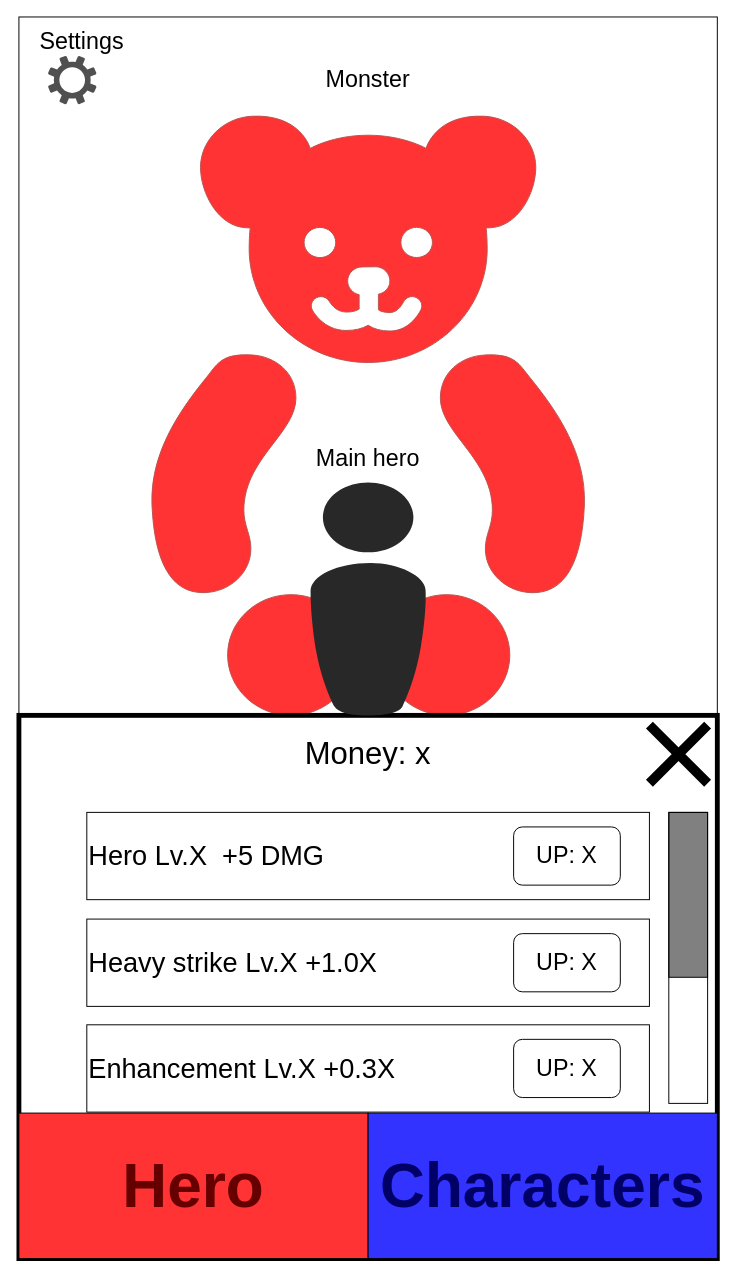
The draw.io diagram Documentation/Hero.drawio in mat414748/MobileProject, before the edit. Source tidied: cells renumbered, new cells numbered last; positions are measured from the earlier drawing's top-left corner, leaving out a move shared by most shapes. Both pictures are drawn from the tidied source at 97%, with x=0, y=0 at pixel (18, 16).
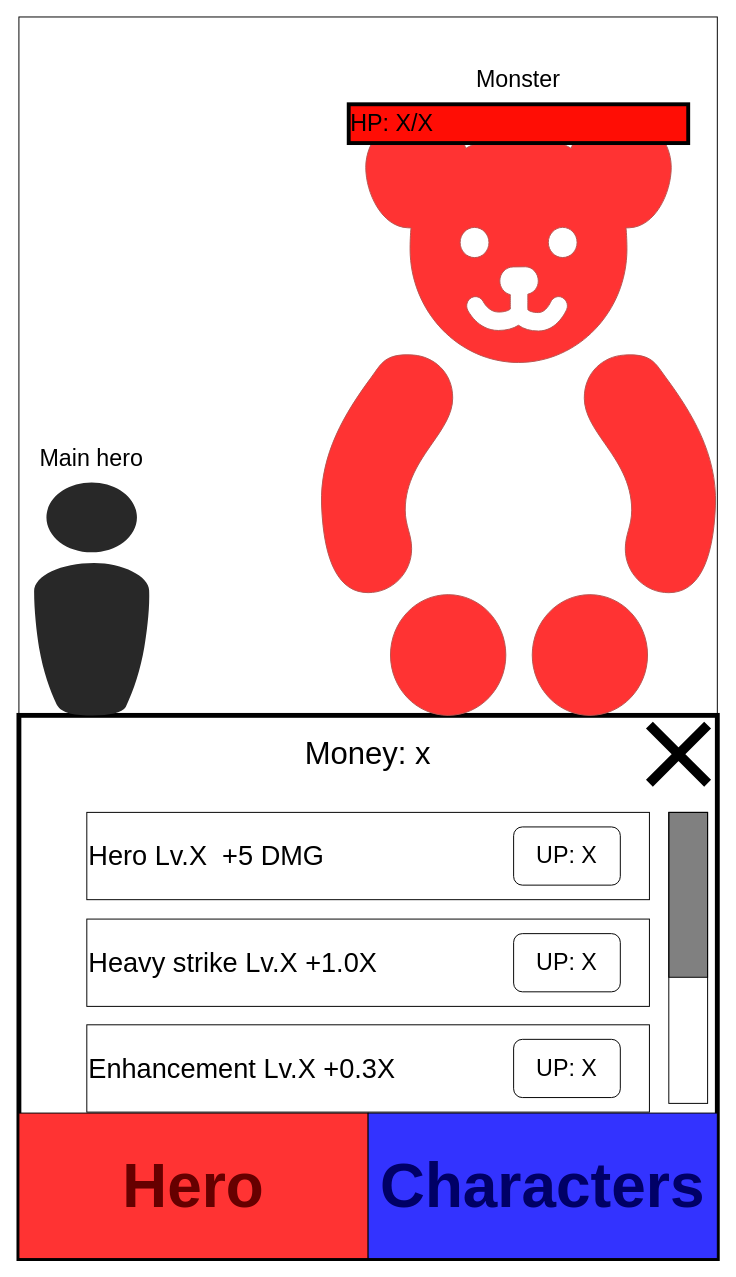
After the change.

Change to the diagram source:
```diff
@@
-    <mxCell id="3" style="shape=mxgraph.signs.animals.teddy_bear;html=1;fillColor=#FF3333;strokeColor=#b85450;verticalLabelPosition=bottom;verticalAlign=top;align=center;" parent="1" vertex="1">
-      <mxGeometry x="135" y="100" width="450" height="620" as="geometry" />
-    </mxCell>
@@
-    <mxCell id="7" style="verticalLabelPosition=bottom;sketch=0;html=1;fillColor=#282828;strokeColor=none;verticalAlign=top;align=center;shape=mxgraph.cisco_safe.people_places_things_icons.icon8;" parent="1" vertex="1">
-      <mxGeometry x="300" y="480" width="120" height="240" as="geometry" />
-    </mxCell>
-    <mxCell id="8" value="Main hero" style="text;html=1;strokeColor=none;fillColor=none;align=center;verticalAlign=middle;whiteSpace=wrap;rounded=0;fontSize=24;" parent="1" vertex="1">
-      <mxGeometry x="295" y="440" width="130" height="30" as="geometry" />
-    </mxCell>
-    <mxCell id="9" value="Monster" style="text;html=1;strokeColor=none;fillColor=none;align=center;verticalAlign=middle;whiteSpace=wrap;rounded=0;fontSize=24;" parent="1" vertex="1">
-      <mxGeometry x="295" y="50" width="130" height="30" as="geometry" />
-    </mxCell>
-    <mxCell id="10" style="sketch=0;shadow=0;dashed=0;html=1;strokeColor=none;labelPosition=center;verticalLabelPosition=bottom;verticalAlign=top;align=center;fillColor=#505050;shape=mxgraph.mscae.enterprise.settings;" parent="1" vertex="1">
-      <mxGeometry x="30" y="40" width="50" height="50" as="geometry" />
-    </mxCell>
-    <mxCell id="11" value="Settings" style="text;html=1;strokeColor=none;fillColor=none;align=center;verticalAlign=middle;whiteSpace=wrap;rounded=0;fontSize=24;" parent="1" vertex="1">
-      <mxGeometry y="10" width="130" height="30" as="geometry" />
-    </mxCell>
@@
+    <mxCell id="22" style="group;" parent="1" vertex="1">
+      <mxGeometry x="10" y="440" width="130" height="280" as="geometry" />
+    </mxCell>
+    <mxCell id="23" style="verticalLabelPosition=bottom;sketch=0;html=1;fillColor=#282828;strokeColor=none;verticalAlign=top;align=center;shape=mxgraph.cisco_safe.people_places_things_icons.icon8;" parent="22" vertex="1">
+      <mxGeometry x="5" y="40" width="120" height="240" as="geometry" />
+    </mxCell>
+    <mxCell id="8" value="Main hero" style="text;html=1;strokeColor=none;fillColor=none;align=center;verticalAlign=middle;whiteSpace=wrap;rounded=0;fontSize=24;" parent="22" vertex="1">
+      <mxGeometry width="130" height="30" as="geometry" />
+    </mxCell>
+    <mxCell id="24" style="group;" parent="1" vertex="1">
+      <mxGeometry x="310" y="50" width="410" height="670" as="geometry" />
+    </mxCell>
+    <mxCell id="9" value="Monster" style="text;html=1;strokeColor=none;fillColor=none;align=center;verticalAlign=middle;whiteSpace=wrap;rounded=0;fontSize=24;" parent="24" vertex="1">
+      <mxGeometry x="145.8" width="118.4" height="30" as="geometry" />
+    </mxCell>
+    <mxCell id="25" style="group;" parent="24" vertex="1">
+      <mxGeometry y="40" width="410" height="630" as="geometry" />
+    </mxCell>
+    <mxCell id="26" style="shape=mxgraph.signs.animals.teddy_bear;html=1;fillColor=#FF3333;strokeColor=#b85450;verticalLabelPosition=bottom;verticalAlign=top;align=center;" parent="25" vertex="1">
+      <mxGeometry y="10" width="410" height="620" as="geometry" />
+    </mxCell>
+    <mxCell id="27" value="HP: X/X" style="rounded=0;whiteSpace=wrap;html=1;fillColor=#FF0D05;strokeWidth=4;fontSize=24;align=left;" parent="25" vertex="1">
+      <mxGeometry x="30" width="350" height="40" as="geometry" />
+    </mxCell>
```
